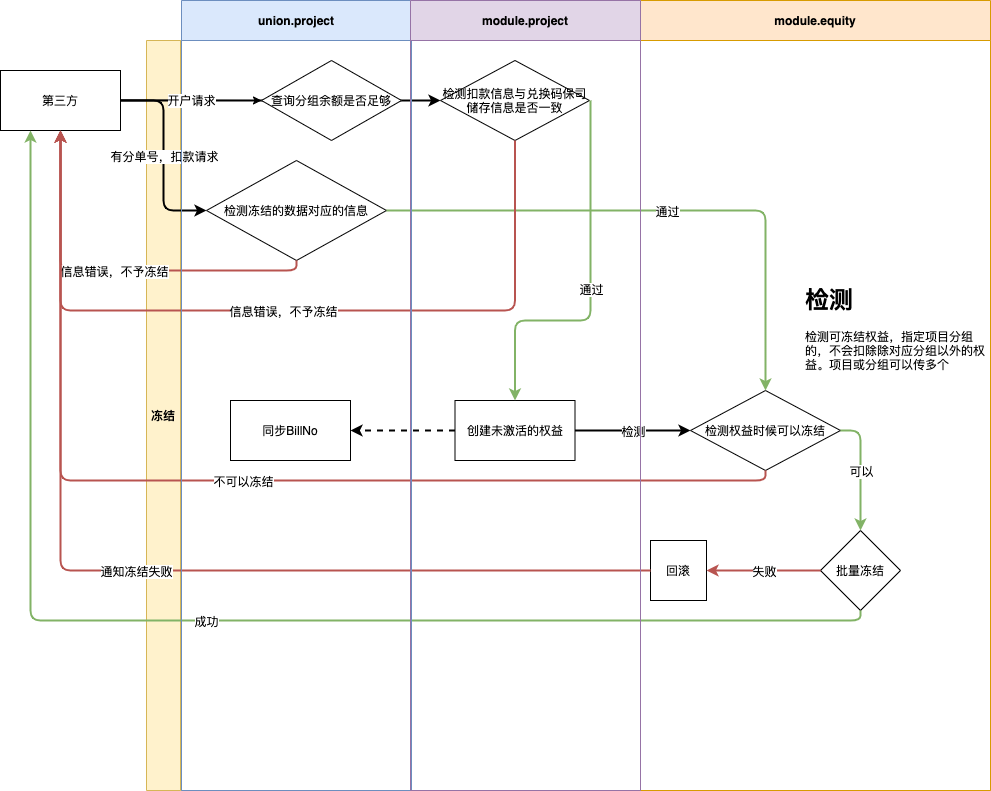
Earlier version of the draw.io export 权益冻结.png (zuoqiang320/uniondrug). Source tidied: cells renumbered, new cells last; positions are measured from the earlier drawing's top-left corner, leaving out a move shared by most shapes.
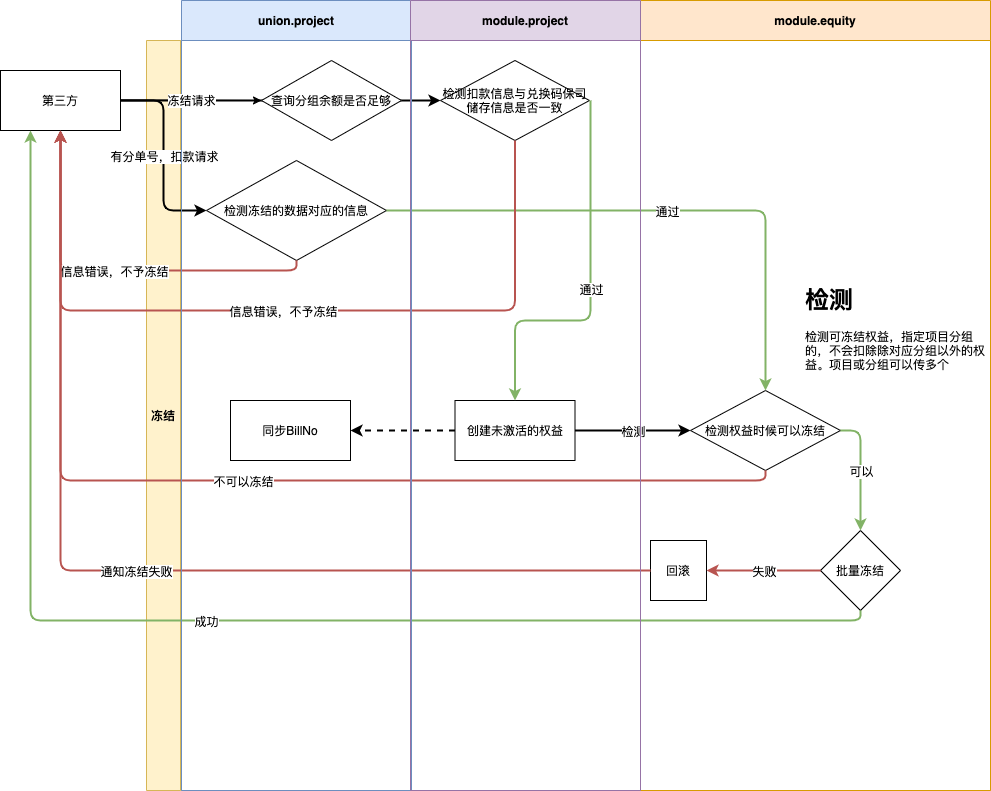
Above is the later version.

Commit message:
更新权益冻结.png

Diff of the diagram source:
```diff
@@ -133,7 +133,7 @@
         <mxPoint x="-60" y="99.5" as="sourcePoint" />
       </mxGeometry>
     </mxCell>
-    <mxCell id="38" value="开户请求" style="edgeLabel;html=1;align=center;verticalAlign=middle;" parent="37" vertex="1">
+    <mxCell id="38" value="冻结请求" style="edgeLabel;html=1;align=center;verticalAlign=middle;" parent="37" vertex="1">
       <mxGeometry relative="1" as="geometry" />
     </mxCell>
     <mxCell id="39" value="查询分组余额是否足够" style="rhombus;whiteSpace=wrap;html=1;" parent="36" vertex="1">
```
